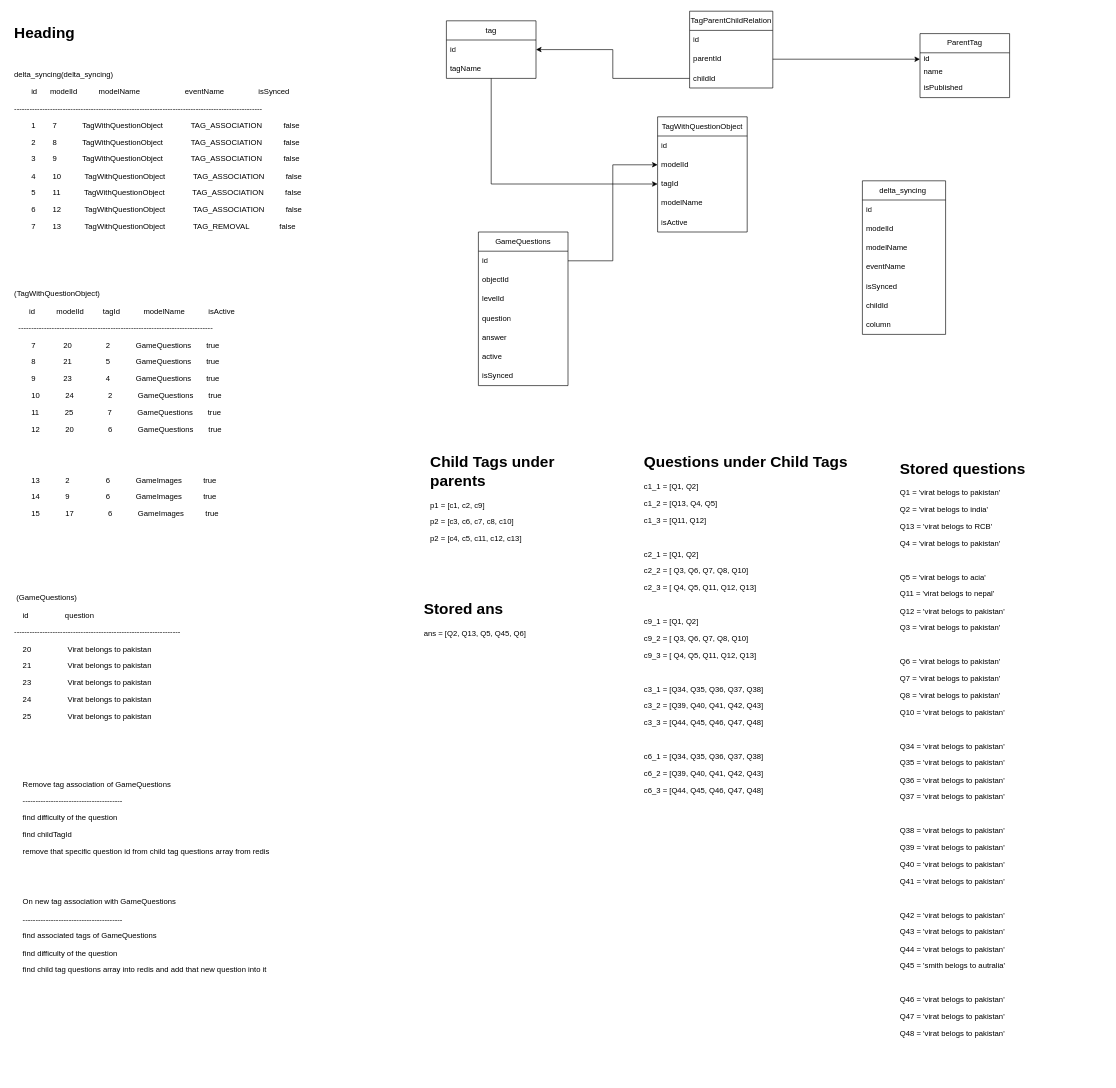
The draw.io diagram Untitled Diagram.drawio in w3villa-bedprakash/notes, before the edit. Source tidied: cells renumbered, new cells numbered last; positions are measured from the earlier drawing's top-left corner, leaving out a move shared by most shapes. Both pictures are drawn from the tidied source at 64%, with x=0, y=0 at pixel (11, 11).
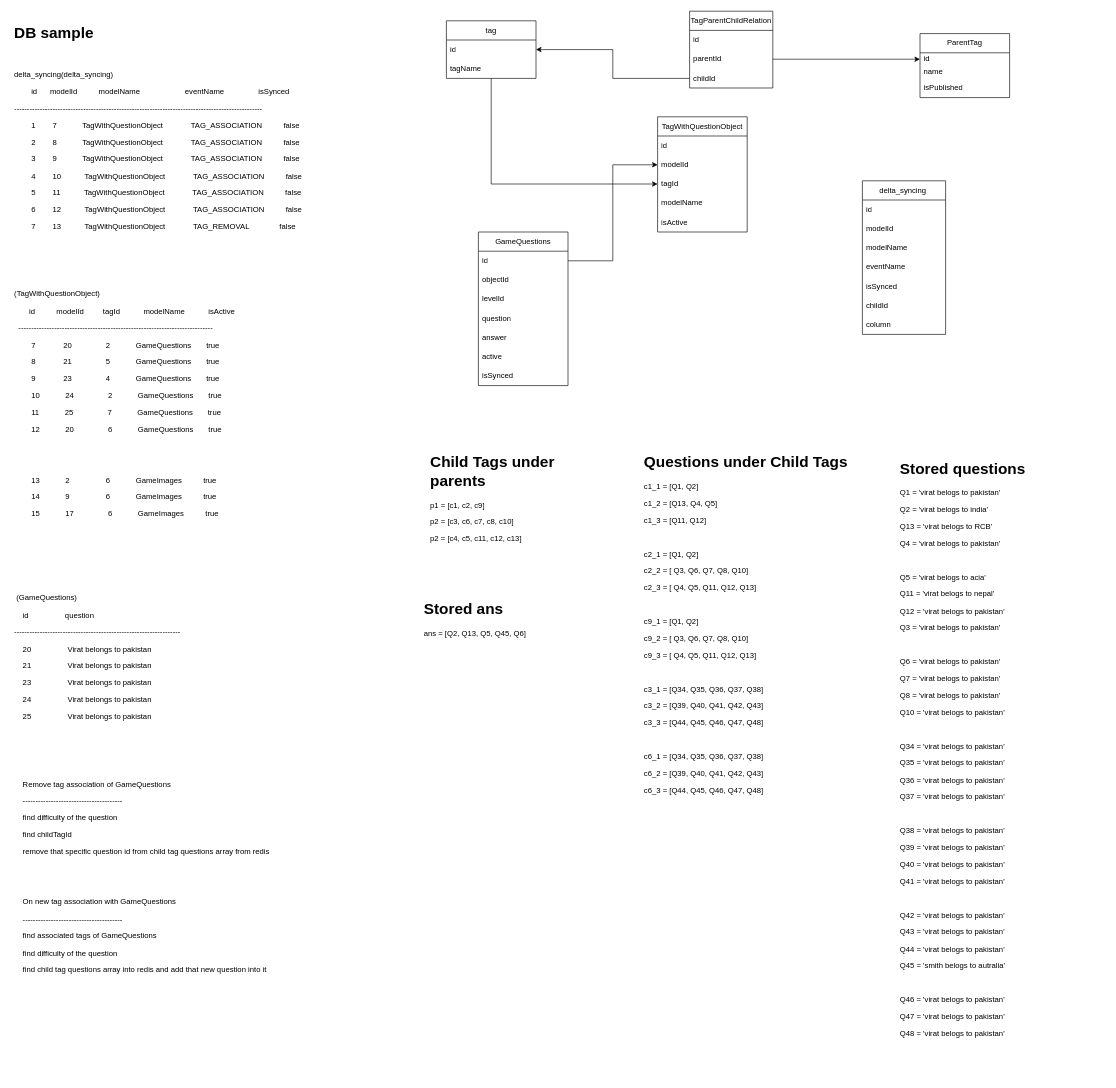
After the change.

Diff of the diagram source:
```diff
@@
-    <mxCell id="43" value="&lt;h1&gt;Heading&lt;/h1&gt;&lt;p&gt;&lt;br&gt;&lt;/p&gt;&lt;p&gt;delta_syncing(delta_syncing)&lt;/p&gt;&lt;p&gt;&amp;nbsp; &amp;nbsp; &amp;nbsp; &amp;nbsp; id&amp;nbsp; &amp;nbsp; &amp;nbsp; modelId&amp;nbsp; &amp;nbsp; &amp;nbsp; &amp;nbsp; &amp;nbsp; modelName&amp;nbsp; &amp;nbsp; &amp;nbsp; &amp;nbsp; &amp;nbsp; &amp;nbsp; &amp;nbsp; &amp;nbsp; &amp;nbsp; &amp;nbsp; &amp;nbsp;eventName&amp;nbsp; &amp;nbsp; &amp;nbsp; &amp;nbsp; &amp;nbsp; &amp;nbsp; &amp;nbsp; &amp;nbsp; isSynced&lt;/p&gt;&lt;p&gt;-------------------------------------------------------------------------------------------------&lt;/p&gt;&lt;p&gt;&amp;nbsp; &amp;nbsp; &amp;nbsp; &amp;nbsp; 1&amp;nbsp; &amp;nbsp; &amp;nbsp; &amp;nbsp; 7&amp;nbsp; &amp;nbsp; &amp;nbsp; &amp;nbsp; &amp;nbsp; &amp;nbsp; TagWithQuestionObject&amp;nbsp; &amp;nbsp; &amp;nbsp; &amp;nbsp; &amp;nbsp; &amp;nbsp; &amp;nbsp;TAG_ASSOCIATION&amp;nbsp; &amp;nbsp; &amp;nbsp; &amp;nbsp; &amp;nbsp; false&lt;/p&gt;&lt;p&gt;&amp;nbsp; &amp;nbsp; &amp;nbsp; &amp;nbsp; 2&amp;nbsp; &amp;nbsp; &amp;nbsp; &amp;nbsp; 8&amp;nbsp; &amp;nbsp; &amp;nbsp; &amp;nbsp; &amp;nbsp; &amp;nbsp; TagWithQuestionObject&amp;nbsp; &amp;nbsp; &amp;nbsp; &amp;nbsp; &amp;nbsp; &amp;nbsp; &amp;nbsp;TAG_ASSOCIATION&amp;nbsp; &amp;nbsp; &amp;nbsp; &amp;nbsp; &amp;nbsp; false&lt;/p&gt;&lt;p&gt;&amp;nbsp; &amp;nbsp; &amp;nbsp; &amp;nbsp; 3&amp;nbsp; &amp;nbsp; &amp;nbsp; &amp;nbsp; 9&amp;nbsp; &amp;nbsp; &amp;nbsp; &amp;nbsp; &amp;nbsp; &amp;nbsp; TagWithQuestionObject&amp;nbsp; &amp;nbsp; &amp;nbsp; &amp;nbsp; &amp;nbsp; &amp;nbsp; &amp;nbsp;TAG_ASSOCIATION&amp;nbsp; &amp;nbsp; &amp;nbsp; &amp;nbsp; &amp;nbsp; false&lt;/p&gt;&lt;p&gt;&amp;nbsp; &amp;nbsp; &amp;nbsp; &amp;nbsp; 4&amp;nbsp; &amp;nbsp; &amp;nbsp; &amp;nbsp; 10&amp;nbsp; &amp;nbsp; &amp;nbsp; &amp;nbsp; &amp;nbsp; &amp;nbsp;TagWithQuestionObject&amp;nbsp; &amp;nbsp; &amp;nbsp; &amp;nbsp; &amp;nbsp; &amp;nbsp; &amp;nbsp;TAG_ASSOCIATION&amp;nbsp; &amp;nbsp; &amp;nbsp; &amp;nbsp; &amp;nbsp; false&lt;/p&gt;&lt;p&gt;&amp;nbsp; &amp;nbsp; &amp;nbsp; &amp;nbsp; 5&amp;nbsp; &amp;nbsp; &amp;nbsp; &amp;nbsp; 11&amp;nbsp; &amp;nbsp; &amp;nbsp; &amp;nbsp; &amp;nbsp; &amp;nbsp;TagWithQuestionObject&amp;nbsp; &amp;nbsp; &amp;nbsp; &amp;nbsp; &amp;nbsp; &amp;nbsp; &amp;nbsp;TAG_ASSOCIATION&amp;nbsp; &amp;nbsp; &amp;nbsp; &amp;nbsp; &amp;nbsp; false&amp;nbsp; &amp;nbsp; &amp;nbsp; &amp;nbsp; &amp;nbsp;&lt;/p&gt;&lt;p&gt;&amp;nbsp; &amp;nbsp; &amp;nbsp; &amp;nbsp; 6&amp;nbsp; &amp;nbsp; &amp;nbsp; &amp;nbsp; 12&amp;nbsp; &amp;nbsp; &amp;nbsp; &amp;nbsp; &amp;nbsp; &amp;nbsp;TagWithQuestionObject&amp;nbsp; &amp;nbsp; &amp;nbsp; &amp;nbsp; &amp;nbsp; &amp;nbsp; &amp;nbsp;TAG_ASSOCIATION&amp;nbsp; &amp;nbsp; &amp;nbsp; &amp;nbsp; &amp;nbsp; false&amp;nbsp; &amp;nbsp; &amp;nbsp; &amp;nbsp; &amp;nbsp;&lt;/p&gt;&lt;p&gt;&amp;nbsp; &amp;nbsp; &amp;nbsp; &amp;nbsp; 7&amp;nbsp; &amp;nbsp; &amp;nbsp; &amp;nbsp; 13&amp;nbsp; &amp;nbsp; &amp;nbsp; &amp;nbsp; &amp;nbsp; &amp;nbsp;TagWithQuestionObject&amp;nbsp; &amp;nbsp; &amp;nbsp; &amp;nbsp; &amp;nbsp; &amp;nbsp; &amp;nbsp;TAG_REMOVAL&amp;nbsp; &amp;nbsp; &amp;nbsp; &amp;nbsp; &amp;nbsp; &amp;nbsp; &amp;nbsp; false&amp;nbsp; &amp;nbsp;&amp;nbsp;&lt;/p&gt;&lt;p&gt;&lt;br&gt;&lt;/p&gt;&lt;p&gt;&lt;br&gt;&lt;/p&gt;&lt;p&gt;&lt;br&gt;&lt;/p&gt;&lt;p&gt;(TagWithQuestionObject)&lt;/p&gt;&lt;p&gt;&amp;nbsp; &amp;nbsp; &amp;nbsp; &amp;nbsp;id&amp;nbsp; &amp;nbsp; &amp;nbsp; &amp;nbsp; &amp;nbsp; modelId&amp;nbsp; &amp;nbsp; &amp;nbsp; &amp;nbsp; &amp;nbsp;tagId&amp;nbsp; &amp;nbsp; &amp;nbsp; &amp;nbsp; &amp;nbsp; &amp;nbsp;modelName&amp;nbsp; &amp;nbsp; &amp;nbsp; &amp;nbsp; &amp;nbsp; &amp;nbsp;isActive&lt;/p&gt;&lt;p&gt;&amp;nbsp; ----------------------------------------------------------------------------&lt;/p&gt;&lt;p&gt;&amp;nbsp; &amp;nbsp; &amp;nbsp; &amp;nbsp; 7&amp;nbsp; &amp;nbsp; &amp;nbsp; &amp;nbsp; &amp;nbsp; &amp;nbsp; &amp;nbsp;20&amp;nbsp; &amp;nbsp; &amp;nbsp; &amp;nbsp; &amp;nbsp; &amp;nbsp; &amp;nbsp; &amp;nbsp; 2&amp;nbsp; &amp;nbsp; &amp;nbsp; &amp;nbsp; &amp;nbsp; &amp;nbsp; GameQuestions&amp;nbsp; &amp;nbsp; &amp;nbsp; &amp;nbsp;true&lt;/p&gt;&lt;p&gt;&amp;nbsp; &amp;nbsp; &amp;nbsp; &amp;nbsp; 8&amp;nbsp; &amp;nbsp; &amp;nbsp; &amp;nbsp; &amp;nbsp; &amp;nbsp; &amp;nbsp;21&amp;nbsp; &amp;nbsp; &amp;nbsp; &amp;nbsp; &amp;nbsp; &amp;nbsp; &amp;nbsp; &amp;nbsp; 5&amp;nbsp; &amp;nbsp; &amp;nbsp; &amp;nbsp; &amp;nbsp; &amp;nbsp; GameQuestions&amp;nbsp; &amp;nbsp; &amp;nbsp; &amp;nbsp;true&lt;/p&gt;&lt;p&gt;&amp;nbsp; &amp;nbsp; &amp;nbsp; &amp;nbsp; 9&amp;nbsp; &amp;nbsp; &amp;nbsp; &amp;nbsp; &amp;nbsp; &amp;nbsp; &amp;nbsp;23&amp;nbsp; &amp;nbsp; &amp;nbsp; &amp;nbsp; &amp;nbsp; &amp;nbsp; &amp;nbsp; &amp;nbsp; 4&amp;nbsp; &amp;nbsp; &amp;nbsp; &amp;nbsp; &amp;nbsp; &amp;nbsp; GameQuestions&amp;nbsp; &amp;nbsp; &amp;nbsp; &amp;nbsp;true&lt;/p&gt;&lt;p&gt;&amp;nbsp; &amp;nbsp; &amp;nbsp; &amp;nbsp; 10&amp;nbsp; &amp;nbsp; &amp;nbsp; &amp;nbsp; &amp;nbsp; &amp;nbsp; 24&amp;nbsp; &amp;nbsp; &amp;nbsp; &amp;nbsp; &amp;nbsp; &amp;nbsp; &amp;nbsp; &amp;nbsp; 2&amp;nbsp; &amp;nbsp; &amp;nbsp; &amp;nbsp; &amp;nbsp; &amp;nbsp; GameQuestions&amp;nbsp; &amp;nbsp; &amp;nbsp; &amp;nbsp;true&lt;/p&gt;&lt;p&gt;&amp;nbsp; &amp;nbsp; &amp;nbsp; &amp;nbsp; 11&amp;nbsp; &amp;nbsp; &amp;nbsp; &amp;nbsp; &amp;nbsp; &amp;nbsp; 25&amp;nbsp; &amp;nbsp; &amp;nbsp; &amp;nbsp; &amp;nbsp; &amp;nbsp; &amp;nbsp; &amp;nbsp; 7&amp;nbsp; &amp;nbsp; &amp;nbsp; &amp;nbsp; &amp;nbsp; &amp;nbsp; GameQuestions&amp;nbsp; &amp;nbsp; &amp;nbsp; &amp;nbsp;true&lt;/p&gt;&lt;p&gt;&amp;nbsp; &amp;nbsp; &amp;nbsp; &amp;nbsp; 12&amp;nbsp; &amp;nbsp; &amp;nbsp; &amp;nbsp; &amp;nbsp; &amp;nbsp; 20&amp;nbsp; &amp;nbsp; &amp;nbsp; &amp;nbsp; &amp;nbsp; &amp;nbsp; &amp;nbsp; &amp;nbsp; 6&amp;nbsp; &amp;nbsp; &amp;nbsp; &amp;nbsp; &amp;nbsp; &amp;nbsp; GameQuestions&amp;nbsp; &amp;nbsp; &amp;nbsp; &amp;nbsp;true&lt;/p&gt;&lt;p&gt;&lt;br&gt;&lt;/p&gt;&lt;p&gt;&amp;nbsp; &amp;nbsp; &amp;nbsp; &amp;nbsp;&amp;nbsp;&lt;/p&gt;&lt;p&gt;&amp;nbsp; &amp;nbsp; &amp;nbsp; &amp;nbsp; 13&amp;nbsp; &amp;nbsp; &amp;nbsp; &amp;nbsp; &amp;nbsp; &amp;nbsp; 2&amp;nbsp; &amp;nbsp; &amp;nbsp; &amp;nbsp; &amp;nbsp; &amp;nbsp; &amp;nbsp; &amp;nbsp; &amp;nbsp;6&amp;nbsp; &amp;nbsp; &amp;nbsp; &amp;nbsp; &amp;nbsp; &amp;nbsp; GameImages&amp;nbsp; &amp;nbsp; &amp;nbsp; &amp;nbsp; &amp;nbsp; true&lt;/p&gt;&lt;p&gt;&amp;nbsp; &amp;nbsp; &amp;nbsp; &amp;nbsp; 14&amp;nbsp; &amp;nbsp; &amp;nbsp; &amp;nbsp; &amp;nbsp; &amp;nbsp; 9&amp;nbsp; &amp;nbsp; &amp;nbsp; &amp;nbsp; &amp;nbsp; &amp;nbsp; &amp;nbsp; &amp;nbsp; &amp;nbsp;6&amp;nbsp; &amp;nbsp; &amp;nbsp; &amp;nbsp; &amp;nbsp; &amp;nbsp; GameImages&amp;nbsp; &amp;nbsp; &amp;nbsp; &amp;nbsp; &amp;nbsp; true&lt;/p&gt;&lt;p&gt;&amp;nbsp; &amp;nbsp; &amp;nbsp; &amp;nbsp; 15&amp;nbsp; &amp;nbsp; &amp;nbsp; &amp;nbsp; &amp;nbsp; &amp;nbsp; 17&amp;nbsp; &amp;nbsp; &amp;nbsp; &amp;nbsp; &amp;nbsp; &amp;nbsp; &amp;nbsp; &amp;nbsp; 6&amp;nbsp; &amp;nbsp; &amp;nbsp; &amp;nbsp; &amp;nbsp; &amp;nbsp; GameImages&amp;nbsp; &amp;nbsp; &amp;nbsp; &amp;nbsp; &amp;nbsp; true&lt;/p&gt;&lt;p&gt;&lt;br&gt;&lt;/p&gt;&lt;p&gt;&amp;nbsp; &amp;nbsp; &amp;nbsp; &amp;nbsp;&amp;nbsp;&lt;/p&gt;&lt;p&gt;&lt;br&gt;&lt;/p&gt;&lt;p&gt;&lt;br&gt;&lt;/p&gt;&lt;p&gt;&amp;nbsp;(GameQuestions)&amp;nbsp; &amp;nbsp;&lt;/p&gt;&lt;p&gt;&amp;nbsp; &amp;nbsp; id&amp;nbsp; &amp;nbsp; &amp;nbsp; &amp;nbsp; &amp;nbsp; &amp;nbsp; &amp;nbsp; &amp;nbsp; &amp;nbsp;question&lt;/p&gt;&lt;p&gt;-----------------------------------------------------------------&lt;/p&gt;&lt;p&gt;&amp;nbsp; &amp;nbsp; 20&amp;nbsp; &amp;nbsp; &amp;nbsp; &amp;nbsp; &amp;nbsp; &amp;nbsp; &amp;nbsp; &amp;nbsp; &amp;nbsp;Virat belongs to pakistan&lt;/p&gt;&lt;p&gt;&amp;nbsp; &amp;nbsp; 21&amp;nbsp; &amp;nbsp; &amp;nbsp; &amp;nbsp; &amp;nbsp; &amp;nbsp; &amp;nbsp; &amp;nbsp; &amp;nbsp;Virat belongs to pakistan&lt;/p&gt;&lt;p&gt;&amp;nbsp; &amp;nbsp; 23&amp;nbsp; &amp;nbsp; &amp;nbsp; &amp;nbsp; &amp;nbsp; &amp;nbsp; &amp;nbsp; &amp;nbsp; &amp;nbsp;Virat belongs to pakistan&lt;/p&gt;&lt;p&gt;&amp;nbsp; &amp;nbsp; 24&amp;nbsp; &amp;nbsp; &amp;nbsp; &amp;nbsp; &amp;nbsp; &amp;nbsp; &amp;nbsp; &amp;nbsp; &amp;nbsp;Virat belongs to pakistan&lt;/p&gt;&lt;p&gt;&amp;nbsp; &amp;nbsp; 25&amp;nbsp; &amp;nbsp; &amp;nbsp; &amp;nbsp; &amp;nbsp; &amp;nbsp; &amp;nbsp; &amp;nbsp; &amp;nbsp;Virat belongs to pakistan&lt;/p&gt;&lt;p&gt;&lt;br&gt;&lt;/p&gt;&lt;p&gt;&lt;br&gt;&lt;/p&gt;&lt;p&gt;&lt;br&gt;&lt;/p&gt;&lt;p&gt;&amp;nbsp; &amp;nbsp; Remove tag association of GameQuestions&lt;/p&gt;&lt;p&gt;&amp;nbsp; &amp;nbsp; ---------------------------------------&lt;/p&gt;&lt;p&gt;&amp;nbsp; &amp;nbsp; find difficulty of the question&lt;/p&gt;&lt;p&gt;&amp;nbsp; &amp;nbsp; find childTagId&lt;/p&gt;&lt;p&gt;&amp;nbsp; &amp;nbsp; remove that specific question id from child tag questions array from redis&lt;/p&gt;&lt;p&gt;&lt;br&gt;&lt;/p&gt;&lt;p&gt;&lt;br&gt;&lt;/p&gt;&lt;p&gt;&amp;nbsp; &amp;nbsp; On new tag association with GameQuestions&lt;/p&gt;&lt;p&gt;&amp;nbsp; &amp;nbsp; ---------------------------------------&lt;/p&gt;&lt;p&gt;&amp;nbsp; &amp;nbsp; find associated tags of GameQuestions&lt;/p&gt;&lt;p&gt;&amp;nbsp; &amp;nbsp; find difficulty of the question&lt;/p&gt;&lt;p&gt;&amp;nbsp; &amp;nbsp; find child tag questions array into redis and add that new question into it&lt;/p&gt;&lt;p&gt;&lt;br&gt;&lt;/p&gt;" style="text;html=1;strokeColor=none;fillColor=none;spacing=5;spacingTop=-20;whiteSpace=wrap;overflow=hidden;rounded=0;" parent="1" vertex="1">
+    <mxCell id="43" value="&lt;h1&gt;DB sample&lt;/h1&gt;&lt;p&gt;&lt;br&gt;&lt;/p&gt;&lt;p&gt;delta_syncing(delta_syncing)&lt;/p&gt;&lt;p&gt;&amp;nbsp; &amp;nbsp; &amp;nbsp; &amp;nbsp; id&amp;nbsp; &amp;nbsp; &amp;nbsp; modelId&amp;nbsp; &amp;nbsp; &amp;nbsp; &amp;nbsp; &amp;nbsp; modelName&amp;nbsp; &amp;nbsp; &amp;nbsp; &amp;nbsp; &amp;nbsp; &amp;nbsp; &amp;nbsp; &amp;nbsp; &amp;nbsp; &amp;nbsp; &amp;nbsp;eventName&amp;nbsp; &amp;nbsp; &amp;nbsp; &amp;nbsp; &amp;nbsp; &amp;nbsp; &amp;nbsp; &amp;nbsp; isSynced&lt;/p&gt;&lt;p&gt;-------------------------------------------------------------------------------------------------&lt;/p&gt;&lt;p&gt;&amp;nbsp; &amp;nbsp; &amp;nbsp; &amp;nbsp; 1&amp;nbsp; &amp;nbsp; &amp;nbsp; &amp;nbsp; 7&amp;nbsp; &amp;nbsp; &amp;nbsp; &amp;nbsp; &amp;nbsp; &amp;nbsp; TagWithQuestionObject&amp;nbsp; &amp;nbsp; &amp;nbsp; &amp;nbsp; &amp;nbsp; &amp;nbsp; &amp;nbsp;TAG_ASSOCIATION&amp;nbsp; &amp;nbsp; &amp;nbsp; &amp;nbsp; &amp;nbsp; false&lt;/p&gt;&lt;p&gt;&amp;nbsp; &amp;nbsp; &amp;nbsp; &amp;nbsp; 2&amp;nbsp; &amp;nbsp; &amp;nbsp; &amp;nbsp; 8&amp;nbsp; &amp;nbsp; &amp;nbsp; &amp;nbsp; &amp;nbsp; &amp;nbsp; TagWithQuestionObject&amp;nbsp; &amp;nbsp; &amp;nbsp; &amp;nbsp; &amp;nbsp; &amp;nbsp; &amp;nbsp;TAG_ASSOCIATION&amp;nbsp; &amp;nbsp; &amp;nbsp; &amp;nbsp; &amp;nbsp; false&lt;/p&gt;&lt;p&gt;&amp;nbsp; &amp;nbsp; &amp;nbsp; &amp;nbsp; 3&amp;nbsp; &amp;nbsp; &amp;nbsp; &amp;nbsp; 9&amp;nbsp; &amp;nbsp; &amp;nbsp; &amp;nbsp; &amp;nbsp; &amp;nbsp; TagWithQuestionObject&amp;nbsp; &amp;nbsp; &amp;nbsp; &amp;nbsp; &amp;nbsp; &amp;nbsp; &amp;nbsp;TAG_ASSOCIATION&amp;nbsp; &amp;nbsp; &amp;nbsp; &amp;nbsp; &amp;nbsp; false&lt;/p&gt;&lt;p&gt;&amp;nbsp; &amp;nbsp; &amp;nbsp; &amp;nbsp; 4&amp;nbsp; &amp;nbsp; &amp;nbsp; &amp;nbsp; 10&amp;nbsp; &amp;nbsp; &amp;nbsp; &amp;nbsp; &amp;nbsp; &amp;nbsp;TagWithQuestionObject&amp;nbsp; &amp;nbsp; &amp;nbsp; &amp;nbsp; &amp;nbsp; &amp;nbsp; &amp;nbsp;TAG_ASSOCIATION&amp;nbsp; &amp;nbsp; &amp;nbsp; &amp;nbsp; &amp;nbsp; false&lt;/p&gt;&lt;p&gt;&amp;nbsp; &amp;nbsp; &amp;nbsp; &amp;nbsp; 5&amp;nbsp; &amp;nbsp; &amp;nbsp; &amp;nbsp; 11&amp;nbsp; &amp;nbsp; &amp;nbsp; &amp;nbsp; &amp;nbsp; &amp;nbsp;TagWithQuestionObject&amp;nbsp; &amp;nbsp; &amp;nbsp; &amp;nbsp; &amp;nbsp; &amp;nbsp; &amp;nbsp;TAG_ASSOCIATION&amp;nbsp; &amp;nbsp; &amp;nbsp; &amp;nbsp; &amp;nbsp; false&amp;nbsp; &amp;nbsp; &amp;nbsp; &amp;nbsp; &amp;nbsp;&lt;/p&gt;&lt;p&gt;&amp;nbsp; &amp;nbsp; &amp;nbsp; &amp;nbsp; 6&amp;nbsp; &amp;nbsp; &amp;nbsp; &amp;nbsp; 12&amp;nbsp; &amp;nbsp; &amp;nbsp; &amp;nbsp; &amp;nbsp; &amp;nbsp;TagWithQuestionObject&amp;nbsp; &amp;nbsp; &amp;nbsp; &amp;nbsp; &amp;nbsp; &amp;nbsp; &amp;nbsp;TAG_ASSOCIATION&amp;nbsp; &amp;nbsp; &amp;nbsp; &amp;nbsp; &amp;nbsp; false&amp;nbsp; &amp;nbsp; &amp;nbsp; &amp;nbsp; &amp;nbsp;&lt;/p&gt;&lt;p&gt;&amp;nbsp; &amp;nbsp; &amp;nbsp; &amp;nbsp; 7&amp;nbsp; &amp;nbsp; &amp;nbsp; &amp;nbsp; 13&amp;nbsp; &amp;nbsp; &amp;nbsp; &amp;nbsp; &amp;nbsp; &amp;nbsp;TagWithQuestionObject&amp;nbsp; &amp;nbsp; &amp;nbsp; &amp;nbsp; &amp;nbsp; &amp;nbsp; &amp;nbsp;TAG_REMOVAL&amp;nbsp; &amp;nbsp; &amp;nbsp; &amp;nbsp; &amp;nbsp; &amp;nbsp; &amp;nbsp; false&amp;nbsp; &amp;nbsp;&amp;nbsp;&lt;/p&gt;&lt;p&gt;&lt;br&gt;&lt;/p&gt;&lt;p&gt;&lt;br&gt;&lt;/p&gt;&lt;p&gt;&lt;br&gt;&lt;/p&gt;&lt;p&gt;(TagWithQuestionObject)&lt;/p&gt;&lt;p&gt;&amp;nbsp; &amp;nbsp; &amp;nbsp; &amp;nbsp;id&amp;nbsp; &amp;nbsp; &amp;nbsp; &amp;nbsp; &amp;nbsp; modelId&amp;nbsp; &amp;nbsp; &amp;nbsp; &amp;nbsp; &amp;nbsp;tagId&amp;nbsp; &amp;nbsp; &amp;nbsp; &amp;nbsp; &amp;nbsp; &amp;nbsp;modelName&amp;nbsp; &amp;nbsp; &amp;nbsp; &amp;nbsp; &amp;nbsp; &amp;nbsp;isActive&lt;/p&gt;&lt;p&gt;&amp;nbsp; ----------------------------------------------------------------------------&lt;/p&gt;&lt;p&gt;&amp;nbsp; &amp;nbsp; &amp;nbsp; &amp;nbsp; 7&amp;nbsp; &amp;nbsp; &amp;nbsp; &amp;nbsp; &amp;nbsp; &amp;nbsp; &amp;nbsp;20&amp;nbsp; &amp;nbsp; &amp;nbsp; &amp;nbsp; &amp;nbsp; &amp;nbsp; &amp;nbsp; &amp;nbsp; 2&amp;nbsp; &amp;nbsp; &amp;nbsp; &amp;nbsp; &amp;nbsp; &amp;nbsp; GameQuestions&amp;nbsp; &amp;nbsp; &amp;nbsp; &amp;nbsp;true&lt;/p&gt;&lt;p&gt;&amp;nbsp; &amp;nbsp; &amp;nbsp; &amp;nbsp; 8&amp;nbsp; &amp;nbsp; &amp;nbsp; &amp;nbsp; &amp;nbsp; &amp;nbsp; &amp;nbsp;21&amp;nbsp; &amp;nbsp; &amp;nbsp; &amp;nbsp; &amp;nbsp; &amp;nbsp; &amp;nbsp; &amp;nbsp; 5&amp;nbsp; &amp;nbsp; &amp;nbsp; &amp;nbsp; &amp;nbsp; &amp;nbsp; GameQuestions&amp;nbsp; &amp;nbsp; &amp;nbsp; &amp;nbsp;true&lt;/p&gt;&lt;p&gt;&amp;nbsp; &amp;nbsp; &amp;nbsp; &amp;nbsp; 9&amp;nbsp; &amp;nbsp; &amp;nbsp; &amp;nbsp; &amp;nbsp; &amp;nbsp; &amp;nbsp;23&amp;nbsp; &amp;nbsp; &amp;nbsp; &amp;nbsp; &amp;nbsp; &amp;nbsp; &amp;nbsp; &amp;nbsp; 4&amp;nbsp; &amp;nbsp; &amp;nbsp; &amp;nbsp; &amp;nbsp; &amp;nbsp; GameQuestions&amp;nbsp; &amp;nbsp; &amp;nbsp; &amp;nbsp;true&lt;/p&gt;&lt;p&gt;&amp;nbsp; &amp;nbsp; &amp;nbsp; &amp;nbsp; 10&amp;nbsp; &amp;nbsp; &amp;nbsp; &amp;nbsp; &amp;nbsp; &amp;nbsp; 24&amp;nbsp; &amp;nbsp; &amp;nbsp; &amp;nbsp; &amp;nbsp; &amp;nbsp; &amp;nbsp; &amp;nbsp; 2&amp;nbsp; &amp;nbsp; &amp;nbsp; &amp;nbsp; &amp;nbsp; &amp;nbsp; GameQuestions&amp;nbsp; &amp;nbsp; &amp;nbsp; &amp;nbsp;true&lt;/p&gt;&lt;p&gt;&amp;nbsp; &amp;nbsp; &amp;nbsp; &amp;nbsp; 11&amp;nbsp; &amp;nbsp; &amp;nbsp; &amp;nbsp; &amp;nbsp; &amp;nbsp; 25&amp;nbsp; &amp;nbsp; &amp;nbsp; &amp;nbsp; &amp;nbsp; &amp;nbsp; &amp;nbsp; &amp;nbsp; 7&amp;nbsp; &amp;nbsp; &amp;nbsp; &amp;nbsp; &amp;nbsp; &amp;nbsp; GameQuestions&amp;nbsp; &amp;nbsp; &amp;nbsp; &amp;nbsp;true&lt;/p&gt;&lt;p&gt;&amp;nbsp; &amp;nbsp; &amp;nbsp; &amp;nbsp; 12&amp;nbsp; &amp;nbsp; &amp;nbsp; &amp;nbsp; &amp;nbsp; &amp;nbsp; 20&amp;nbsp; &amp;nbsp; &amp;nbsp; &amp;nbsp; &amp;nbsp; &amp;nbsp; &amp;nbsp; &amp;nbsp; 6&amp;nbsp; &amp;nbsp; &amp;nbsp; &amp;nbsp; &amp;nbsp; &amp;nbsp; GameQuestions&amp;nbsp; &amp;nbsp; &amp;nbsp; &amp;nbsp;true&lt;/p&gt;&lt;p&gt;&lt;br&gt;&lt;/p&gt;&lt;p&gt;&amp;nbsp; &amp;nbsp; &amp;nbsp; &amp;nbsp;&amp;nbsp;&lt;/p&gt;&lt;p&gt;&amp;nbsp; &amp;nbsp; &amp;nbsp; &amp;nbsp; 13&amp;nbsp; &amp;nbsp; &amp;nbsp; &amp;nbsp; &amp;nbsp; &amp;nbsp; 2&amp;nbsp; &amp;nbsp; &amp;nbsp; &amp;nbsp; &amp;nbsp; &amp;nbsp; &amp;nbsp; &amp;nbsp; &amp;nbsp;6&amp;nbsp; &amp;nbsp; &amp;nbsp; &amp;nbsp; &amp;nbsp; &amp;nbsp; GameImages&amp;nbsp; &amp;nbsp; &amp;nbsp; &amp;nbsp; &amp;nbsp; true&lt;/p&gt;&lt;p&gt;&amp;nbsp; &amp;nbsp; &amp;nbsp; &amp;nbsp; 14&amp;nbsp; &amp;nbsp; &amp;nbsp; &amp;nbsp; &amp;nbsp; &amp;nbsp; 9&amp;nbsp; &amp;nbsp; &amp;nbsp; &amp;nbsp; &amp;nbsp; &amp;nbsp; &amp;nbsp; &amp;nbsp; &amp;nbsp;6&amp;nbsp; &amp;nbsp; &amp;nbsp; &amp;nbsp; &amp;nbsp; &amp;nbsp; GameImages&amp;nbsp; &amp;nbsp; &amp;nbsp; &amp;nbsp; &amp;nbsp; true&lt;/p&gt;&lt;p&gt;&amp;nbsp; &amp;nbsp; &amp;nbsp; &amp;nbsp; 15&amp;nbsp; &amp;nbsp; &amp;nbsp; &amp;nbsp; &amp;nbsp; &amp;nbsp; 17&amp;nbsp; &amp;nbsp; &amp;nbsp; &amp;nbsp; &amp;nbsp; &amp;nbsp; &amp;nbsp; &amp;nbsp; 6&amp;nbsp; &amp;nbsp; &amp;nbsp; &amp;nbsp; &amp;nbsp; &amp;nbsp; GameImages&amp;nbsp; &amp;nbsp; &amp;nbsp; &amp;nbsp; &amp;nbsp; true&lt;/p&gt;&lt;p&gt;&lt;br&gt;&lt;/p&gt;&lt;p&gt;&amp;nbsp; &amp;nbsp; &amp;nbsp; &amp;nbsp;&amp;nbsp;&lt;/p&gt;&lt;p&gt;&lt;br&gt;&lt;/p&gt;&lt;p&gt;&lt;br&gt;&lt;/p&gt;&lt;p&gt;&amp;nbsp;(GameQuestions)&amp;nbsp; &amp;nbsp;&lt;/p&gt;&lt;p&gt;&amp;nbsp; &amp;nbsp; id&amp;nbsp; &amp;nbsp; &amp;nbsp; &amp;nbsp; &amp;nbsp; &amp;nbsp; &amp;nbsp; &amp;nbsp; &amp;nbsp;question&lt;/p&gt;&lt;p&gt;-----------------------------------------------------------------&lt;/p&gt;&lt;p&gt;&amp;nbsp; &amp;nbsp; 20&amp;nbsp; &amp;nbsp; &amp;nbsp; &amp;nbsp; &amp;nbsp; &amp;nbsp; &amp;nbsp; &amp;nbsp; &amp;nbsp;Virat belongs to pakistan&lt;/p&gt;&lt;p&gt;&amp;nbsp; &amp;nbsp; 21&amp;nbsp; &amp;nbsp; &amp;nbsp; &amp;nbsp; &amp;nbsp; &amp;nbsp; &amp;nbsp; &amp;nbsp; &amp;nbsp;Virat belongs to pakistan&lt;/p&gt;&lt;p&gt;&amp;nbsp; &amp;nbsp; 23&amp;nbsp; &amp;nbsp; &amp;nbsp; &amp;nbsp; &amp;nbsp; &amp;nbsp; &amp;nbsp; &amp;nbsp; &amp;nbsp;Virat belongs to pakistan&lt;/p&gt;&lt;p&gt;&amp;nbsp; &amp;nbsp; 24&amp;nbsp; &amp;nbsp; &amp;nbsp; &amp;nbsp; &amp;nbsp; &amp;nbsp; &amp;nbsp; &amp;nbsp; &amp;nbsp;Virat belongs to pakistan&lt;/p&gt;&lt;p&gt;&amp;nbsp; &amp;nbsp; 25&amp;nbsp; &amp;nbsp; &amp;nbsp; &amp;nbsp; &amp;nbsp; &amp;nbsp; &amp;nbsp; &amp;nbsp; &amp;nbsp;Virat belongs to pakistan&lt;/p&gt;&lt;p&gt;&lt;br&gt;&lt;/p&gt;&lt;p&gt;&lt;br&gt;&lt;/p&gt;&lt;p&gt;&lt;br&gt;&lt;/p&gt;&lt;p&gt;&amp;nbsp; &amp;nbsp; Remove tag association of GameQuestions&lt;/p&gt;&lt;p&gt;&amp;nbsp; &amp;nbsp; ---------------------------------------&lt;/p&gt;&lt;p&gt;&amp;nbsp; &amp;nbsp; find difficulty of the question&lt;/p&gt;&lt;p&gt;&amp;nbsp; &amp;nbsp; find childTagId&lt;/p&gt;&lt;p&gt;&amp;nbsp; &amp;nbsp; remove that specific question id from child tag questions array from redis&lt;/p&gt;&lt;p&gt;&lt;br&gt;&lt;/p&gt;&lt;p&gt;&lt;br&gt;&lt;/p&gt;&lt;p&gt;&amp;nbsp; &amp;nbsp; On new tag association with GameQuestions&lt;/p&gt;&lt;p&gt;&amp;nbsp; &amp;nbsp; ---------------------------------------&lt;/p&gt;&lt;p&gt;&amp;nbsp; &amp;nbsp; find associated tags of GameQuestions&lt;/p&gt;&lt;p&gt;&amp;nbsp; &amp;nbsp; find difficulty of the question&lt;/p&gt;&lt;p&gt;&amp;nbsp; &amp;nbsp; find child tag questions array into redis and add that new question into it&lt;/p&gt;&lt;p&gt;&lt;br&gt;&lt;/p&gt;" style="text;html=1;strokeColor=none;fillColor=none;spacing=5;spacingTop=-20;whiteSpace=wrap;overflow=hidden;rounded=0;" parent="1" vertex="1">
       <mxGeometry y="15" width="570" height="1600" as="geometry" />
     </mxCell>
```
